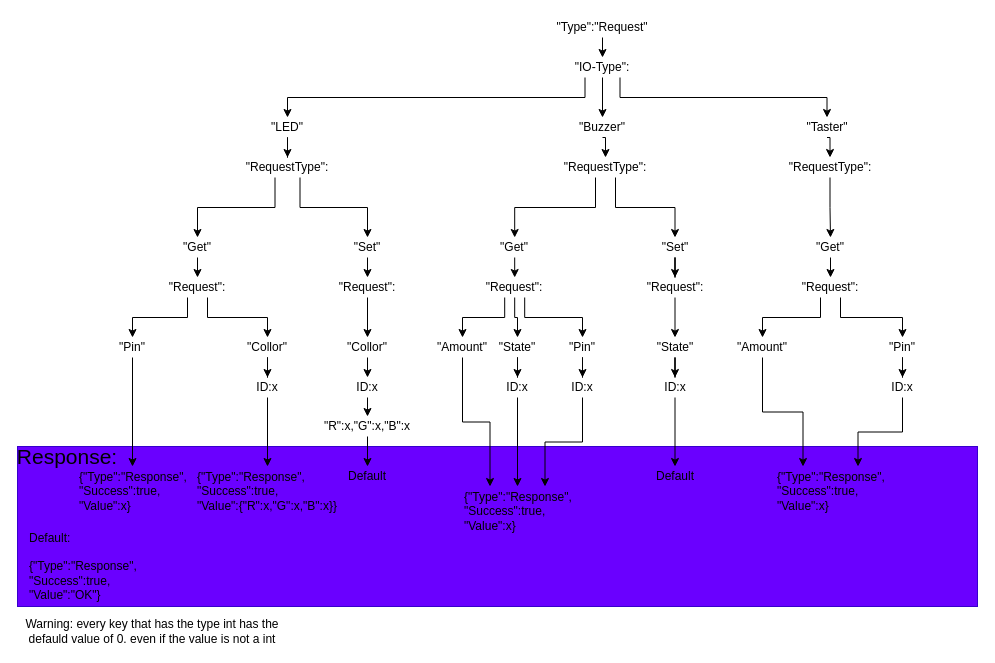
Before: src/BuzzerScript/API Doku.drawio in TheEinfachFelix/GameMaster, a draw.io diagram. Source tidied: cells renumbered, new cells numbered last; positions are measured from the earlier drawing's top-left corner, leaving out a move shared by most shapes. Both pictures are drawn from the tidied source at 100%, with x=0, y=0 at pixel (17, 17).
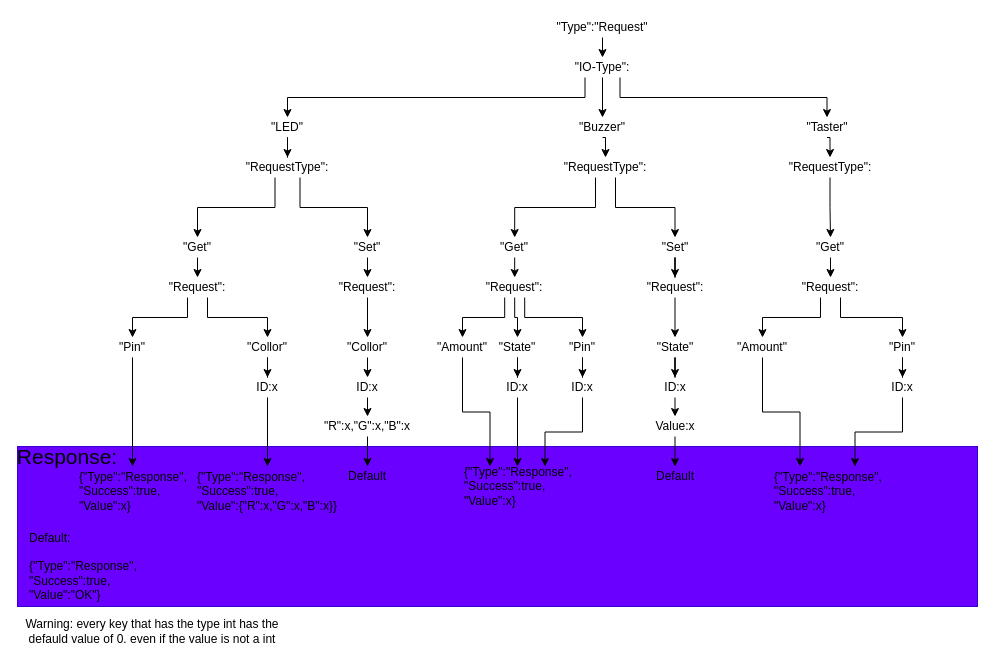
After the change.

Unchanged cells that the change refers to:
```xml
<mxCell id="61" value="ID:x" style="text;html=1;strokeColor=none;fillColor=none;align=center;verticalAlign=middle;whiteSpace=wrap;rounded=0;" parent="1" vertex="1">
  <mxGeometry x="637.5" y="360" width="40" height="20" as="geometry" />
</mxCell>
<mxCell id="77" value="Default" style="text;html=1;strokeColor=none;fillColor=none;align=center;verticalAlign=middle;whiteSpace=wrap;rounded=0;" parent="1" vertex="1">
  <mxGeometry x="637.5" y="449" width="40" height="20" as="geometry" />
</mxCell>
```

Change to the diagram source:
```diff
@@
-    <mxCell id="60" style="edgeStyle=orthogonalEdgeStyle;rounded=0;jettySize=auto;html=1;exitX=0.5;exitY=1;exitDx=0;exitDy=0;entryX=0.5;entryY=0;entryDx=0;entryDy=0;" parent="1" edge="1" source="61" target="77">
+    <mxCell id="60" style="edgeStyle=orthogonalEdgeStyle;rounded=0;jettySize=auto;html=1;exitX=0.5;exitY=1;exitDx=0;exitDy=0;entryX=0.5;entryY=0;entryDx=0;entryDy=0;" parent="1" edge="1" source="61" target="89">
       <mxGeometry relative="1" as="geometry" />
     </mxCell>
@@
     <mxCell id="80" value="&lt;span&gt;{&quot;Type&quot;:&quot;Response&quot;,&lt;/span&gt;&lt;br&gt;&lt;span&gt;&quot;Success&quot;:true,&lt;/span&gt;&lt;br&gt;&lt;span&gt;&quot;Value&quot;:x}&lt;/span&gt;" style="text;html=1;strokeColor=none;fillColor=none;align=left;verticalAlign=middle;whiteSpace=wrap;rounded=0;" parent="1" vertex="1">
-      <mxGeometry x="445" y="469" width="110" height="50" as="geometry" />
+      <mxGeometry x="445" y="449" width="110" height="40" as="geometry" />
     </mxCell>
     <mxCell id="81" value="&lt;span&gt;{&quot;Type&quot;:&quot;Response&quot;,&lt;/span&gt;&lt;br&gt;&lt;span&gt;&quot;Success&quot;:true,&lt;/span&gt;&lt;br&gt;&lt;span&gt;&quot;Value&quot;:x}&lt;/span&gt;" style="text;html=1;strokeColor=none;fillColor=none;align=left;verticalAlign=middle;whiteSpace=wrap;rounded=0;" parent="1" vertex="1">
-      <mxGeometry x="758" y="449" width="110" height="50" as="geometry" />
+      <mxGeometry x="755" y="449" width="110" height="50" as="geometry" />
     </mxCell>
@@
+    <mxCell id="88" style="edgeStyle=orthogonalEdgeStyle;rounded=0;jettySize=auto;html=1;exitX=0.5;exitY=1;exitDx=0;exitDy=0;entryX=0.5;entryY=0;entryDx=0;entryDy=0;" parent="1" edge="1" source="89" target="77">
+      <mxGeometry relative="1" as="geometry" />
+    </mxCell>
+    <mxCell id="89" value="Value:x" style="text;html=1;strokeColor=none;fillColor=none;align=center;verticalAlign=middle;whiteSpace=wrap;rounded=0;" parent="1" vertex="1">
+      <mxGeometry x="637.5" y="399" width="40" height="20" as="geometry" />
+    </mxCell>
```
